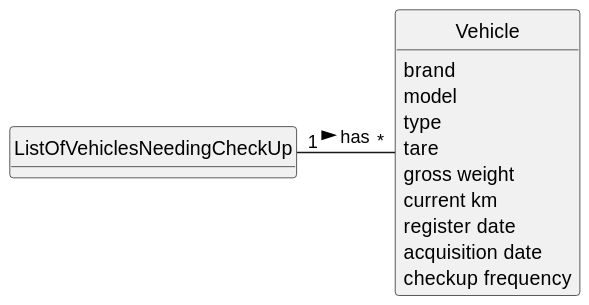
Above: docs/sprintA/us008/02.analysis/svg/us008-domain-model.svg in Departamento-de-Engenharia-Informatica/lei-24-s2-1do-g164 (PlantUML), before the change. Source of this version:
```plantuml
@startuml
skinparam monochrome true
skinparam packageStyle rectangle
skinparam shadowing false

skinparam classAttributeIconSize 0

hide circle
hide methods

class ListOfVehiclesNeedingCheckUp {
}

class Vehicle {
    brand
    model
    type
    tare
    gross weight
    current km
    register date
    acquisition date
    checkup frequency
}


ListOfVehiclesNeedingCheckUp "1" - "*" Vehicle : has >
@enduml
```
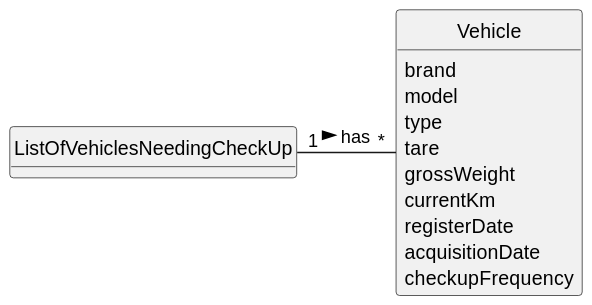
After the change.

Commit message:
Small changes in the global domain model

What changed in the source:
```diff
@@ -16,11 +16,11 @@
     model
     type
     tare
-    gross weight
-    current km
-    register date
-    acquisition date
-    checkup frequency
+    grossWeight
+    currentKm
+    registerDate
+    acquisitionDate
+    checkupFrequency
 }
 
 
```
